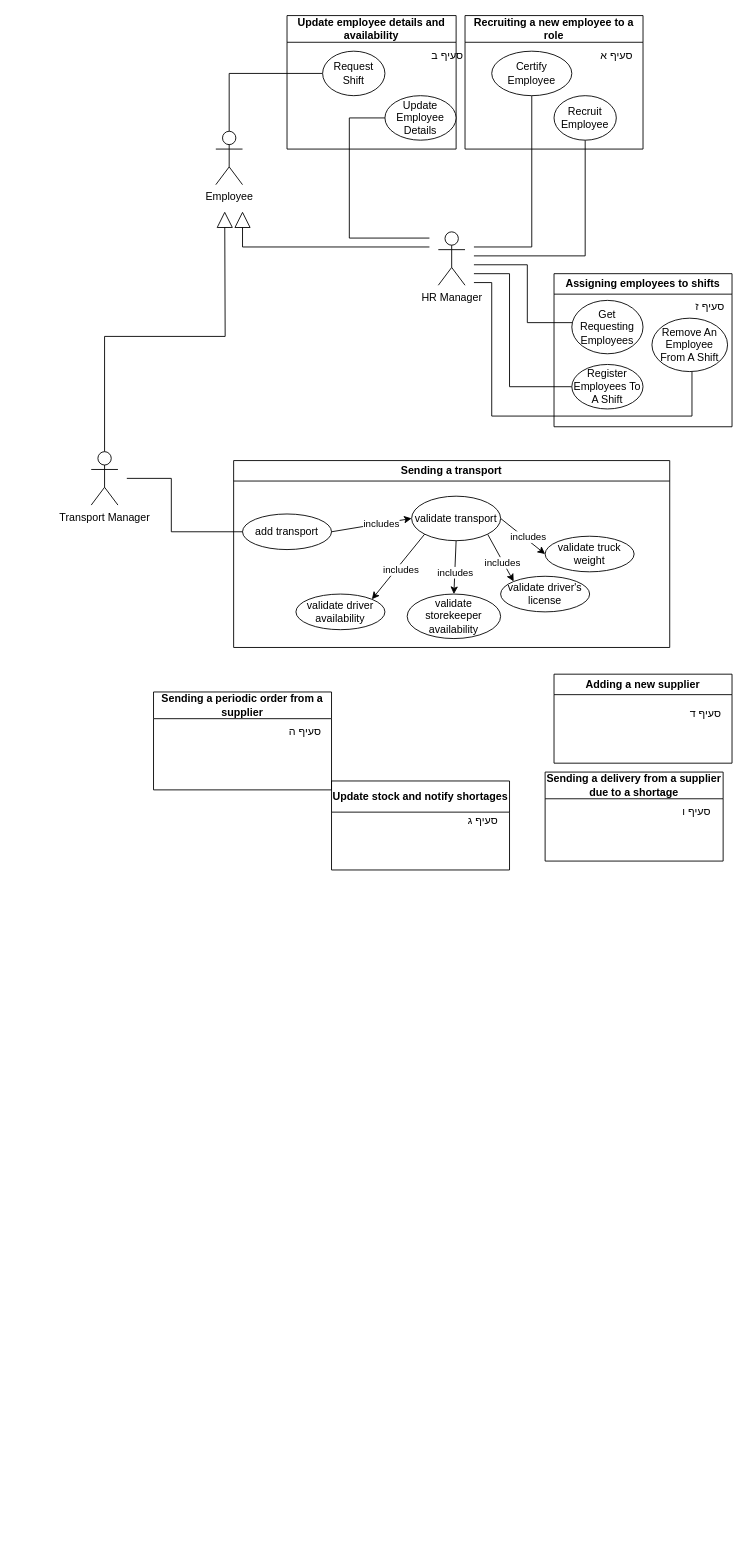
This is docs/UseCases.drawio from ADSS-GROUP-M/ADSS_GROUP_M, a draw.io file, before an edit. Source tidied: cells renumbered, new cells numbered last; positions are measured from the earlier drawing's top-left corner, leaving out a move shared by most shapes. Both pictures are drawn from the tidied source at 89%, with x=0, y=0 at pixel (91, 15).
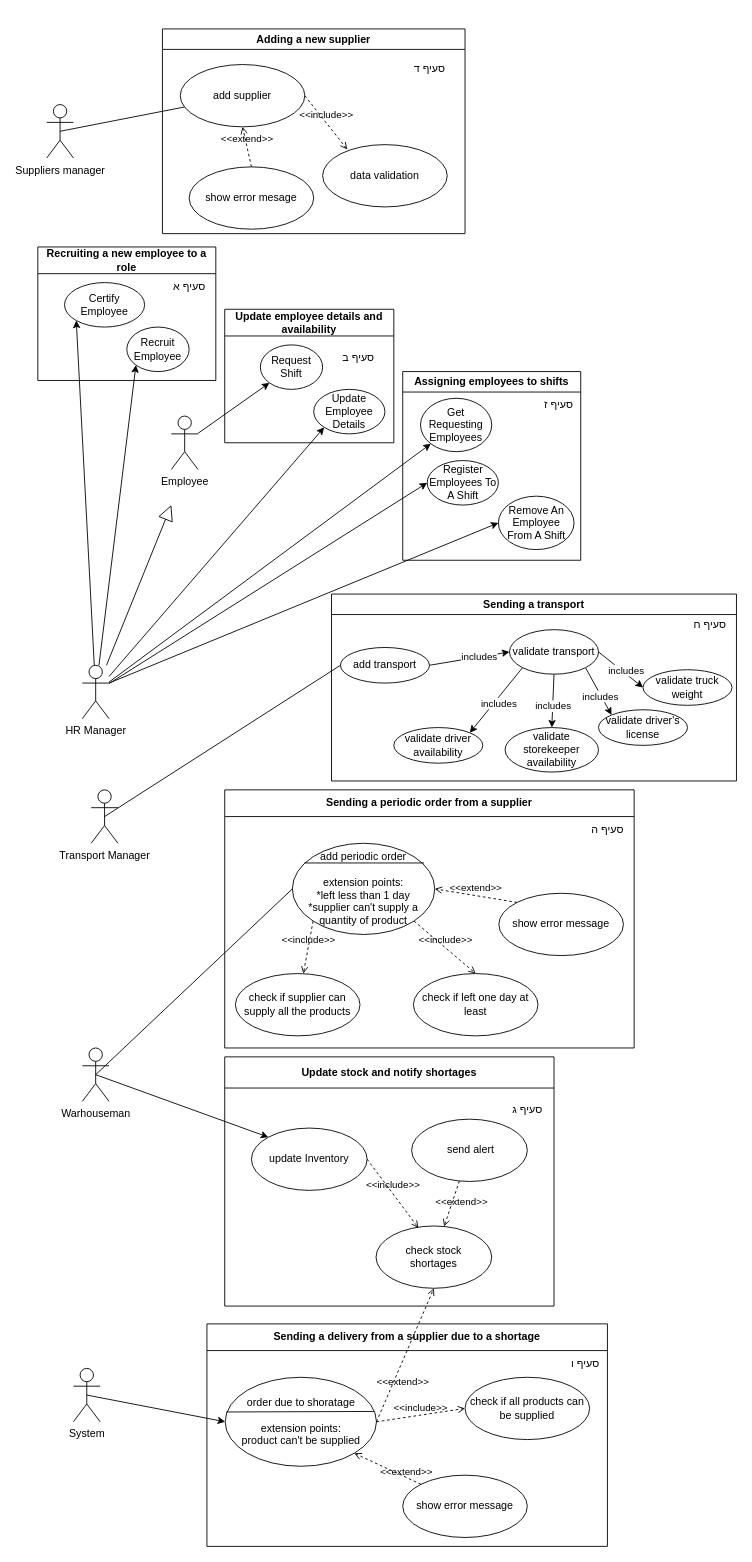
After the change.

Commit message (it also covers changes not shown here):
updated the use case for all the modules

The change refers to these unchanged cells:
```xml
<mxCell id="13" value="Recruit Employee" style="ellipse;whiteSpace=wrap;html=1;" parent="11" vertex="1">
  <mxGeometry x="100" y="90" width="70" height="50" as="geometry" />
</mxCell>
<mxCell id="14" value="Certify Employee" style="ellipse;whiteSpace=wrap;html=1;" parent="11" vertex="1">
  <mxGeometry x="30" y="40" width="90" height="50" as="geometry" />
</mxCell>
<mxCell id="18" value="Request Shift" style="ellipse;whiteSpace=wrap;html=1;" parent="16" vertex="1">
  <mxGeometry x="40" y="40" width="70" height="50" as="geometry" />
</mxCell>
<mxCell id="30" value="Get Requesting Employees" style="ellipse;whiteSpace=wrap;html=1;" parent="28" vertex="1">
  <mxGeometry x="20" y="30" width="80" height="60" as="geometry" />
</mxCell>
<mxCell id="41" value="add transport" style="ellipse;whiteSpace=wrap;html=1;align=center;" parent="33" vertex="1">
  <mxGeometry x="10" y="60" width="100" height="40" as="geometry" />
</mxCell>
```

The edit, as a diff of the source:
```diff
@@
-    <mxCell id="2" style="edgeStyle=orthogonalEdgeStyle;rounded=0;jettySize=auto;html=1;endArrow=none;endFill=0;" parent="1" edge="1" source="3" target="18">
-      <mxGeometry relative="1" as="geometry">
-        <Array as="points">
-          <mxPoint x="155" y="65" />
-        </Array>
-      </mxGeometry>
+    <mxCell id="2" style="rounded=0;jettySize=auto;html=1;entryX=0;entryY=1;entryDx=0;entryDy=0;" parent="1" edge="1" source="3" target="18">
+      <mxGeometry relative="1" as="geometry" />
     </mxCell>
     <mxCell id="3" value="Employee" style="shape=umlActor;verticalLabelPosition=bottom;verticalAlign=top;html=1;outlineConnect=0;" parent="1" vertex="1">
-      <mxGeometry x="140" y="130" width="30" height="60" as="geometry" />
+      <mxGeometry x="90" y="450" width="30" height="60" as="geometry" />
     </mxCell>
-    <mxCell id="4" style="rounded=0;jettySize=auto;html=1;edgeStyle=orthogonalEdgeStyle;endArrow=none;endFill=0;" parent="1" edge="1" target="14">
-      <mxGeometry relative="1" as="geometry">
-        <mxPoint x="430" y="260" as="sourcePoint" />
-        <Array as="points">
-          <mxPoint x="495" y="260" />
-        </Array>
-      </mxGeometry>
-    </mxCell>
-    <mxCell id="5" style="edgeStyle=orthogonalEdgeStyle;rounded=0;jettySize=auto;html=1;entryX=0;entryY=0.5;entryDx=0;entryDy=0;endArrow=none;endFill=0;" parent="1" edge="1" target="17">
-      <mxGeometry relative="1" as="geometry">
-        <mxPoint x="380" y="250" as="sourcePoint" />
-        <Array as="points">
-          <mxPoint x="290" y="250" />
-          <mxPoint x="290" y="115" />
-        </Array>
-      </mxGeometry>
-    </mxCell>
-    <mxCell id="6" style="rounded=0;jettySize=auto;html=1;edgeStyle=orthogonalEdgeStyle;endArrow=none;endFill=0;" parent="1" edge="1" target="13">
-      <mxGeometry relative="1" as="geometry">
-        <mxPoint x="430" y="270" as="sourcePoint" />
-        <Array as="points">
-          <mxPoint x="430" y="270" />
-          <mxPoint x="555" y="270" />
-        </Array>
-      </mxGeometry>
-    </mxCell>
-    <mxCell id="7" style="edgeStyle=orthogonalEdgeStyle;rounded=0;jettySize=auto;html=1;endArrow=none;endFill=0;" parent="1" edge="1" target="32">
-      <mxGeometry relative="1" as="geometry">
-        <mxPoint x="430" y="300" as="sourcePoint" />
-        <Array as="points">
-          <mxPoint x="450" y="300" />
-          <mxPoint x="450" y="450" />
-          <mxPoint x="675" y="450" />
-        </Array>
-      </mxGeometry>
-    </mxCell>
-    <mxCell id="8" style="edgeStyle=orthogonalEdgeStyle;rounded=0;jettySize=auto;html=1;entryX=0;entryY=0.5;entryDx=0;entryDy=0;endArrow=none;endFill=0;" parent="1" edge="1" target="31">
-      <mxGeometry relative="1" as="geometry">
-        <mxPoint x="430" y="290" as="sourcePoint" />
-        <Array as="points">
-          <mxPoint x="430" y="290" />
-          <mxPoint x="470" y="290" />
-          <mxPoint x="470" y="417" />
-        </Array>
-      </mxGeometry>
-    </mxCell>
-    <mxCell id="9" style="edgeStyle=orthogonalEdgeStyle;rounded=0;jettySize=auto;html=1;endArrow=none;endFill=0;" parent="1" edge="1" target="30">
-      <mxGeometry relative="1" as="geometry">
-        <mxPoint x="430" y="280" as="sourcePoint" />
-        <Array as="points">
-          <mxPoint x="430" y="280" />
-          <mxPoint x="490" y="280" />
-          <mxPoint x="490" y="345" />
-        </Array>
-      </mxGeometry>
-    </mxCell>
+    <mxCell id="53" style="rounded=0;jettySize=auto;html=1;" parent="1" edge="1" source="10" target="30">
+      <mxGeometry relative="1" as="geometry" />
+    </mxCell>
+    <mxCell id="54" style="rounded=0;jettySize=auto;html=1;entryX=0;entryY=0.5;entryDx=0;entryDy=0;" parent="1" edge="1" source="10" target="31">
+      <mxGeometry relative="1" as="geometry" />
+    </mxCell>
+    <mxCell id="55" style="rounded=0;jettySize=auto;html=1;exitX=1;exitY=0.3333333333333333;exitDx=0;exitDy=0;exitPerimeter=0;entryX=0;entryY=0.5;entryDx=0;entryDy=0;" parent="1" edge="1" source="10" target="32">
+      <mxGeometry relative="1" as="geometry" />
+    </mxCell>
+    <mxCell id="56" style="rounded=0;jettySize=auto;html=1;entryX=0;entryY=1;entryDx=0;entryDy=0;" parent="1" edge="1" source="10" target="17">
+      <mxGeometry relative="1" as="geometry" />
+    </mxCell>
+    <mxCell id="57" style="rounded=0;jettySize=auto;html=1;endArrow=block;endFill=0;endSize=15;" parent="1" edge="1" source="10">
+      <mxGeometry relative="1" as="geometry">
+        <mxPoint x="90" y="550" as="targetPoint" />
+      </mxGeometry>
+    </mxCell>
+    <mxCell id="58" style="rounded=0;jettySize=auto;html=1;entryX=0;entryY=1;entryDx=0;entryDy=0;" parent="1" edge="1" source="10" target="13">
+      <mxGeometry relative="1" as="geometry" />
+    </mxCell>
+    <mxCell id="59" style="rounded=0;jettySize=auto;html=1;entryX=0;entryY=1;entryDx=0;entryDy=0;" parent="1" edge="1" source="10" target="14">
+      <mxGeometry relative="1" as="geometry" />
+    </mxCell>
     <mxCell id="10" value="HR Manager" style="shape=umlActor;verticalLabelPosition=bottom;verticalAlign=top;html=1;outlineConnect=0;" parent="1" vertex="1">
-      <mxGeometry x="390" y="243" width="30" height="60" as="geometry" />
+      <mxGeometry x="-10" y="730" width="30" height="60" as="geometry" />
     </mxCell>
     <mxCell id="11" value="Recruiting a new employee to a role" style="swimlane;whiteSpace=wrap;html=1;startSize=30;" parent="1" vertex="1">
-      <mxGeometry x="420" width="200" height="150" as="geometry" />
+      <mxGeometry x="-60" y="260" width="200" height="150" as="geometry" />
     </mxCell>
@@
-    <mxCell id="15" style="endArrow=block;endSize=16;endFill=0;html=1;rounded=0;edgeStyle=elbowEdgeStyle;" parent="1" edge="1">
-      <mxGeometry relative="1" as="geometry">
-        <mxPoint x="380" y="260" as="sourcePoint" />
-        <mxPoint x="170" y="220" as="targetPoint" />
-        <Array as="points">
-          <mxPoint x="170" y="250" />
-        </Array>
-      </mxGeometry>
-    </mxCell>
     <mxCell id="16" value="Update employee details and availability" style="swimlane;whiteSpace=wrap;html=1;startSize=30;" parent="1" vertex="1">
-      <mxGeometry x="220" width="190" height="150" as="geometry" />
+      <mxGeometry x="150" y="330" width="190" height="150" as="geometry" />
     </mxCell>
     <mxCell id="17" value="Update Employee Details" style="ellipse;whiteSpace=wrap;html=1;" parent="16" vertex="1">
-      <mxGeometry x="110" y="90" width="80" height="50" as="geometry" />
+      <mxGeometry x="100" y="90" width="80" height="50" as="geometry" />
     </mxCell>
@@
     <mxCell id="19" value="סעיף ב" style="text;html=1;align=center;verticalAlign=middle;strokeColor=none;fillColor=none;" parent="16" vertex="1">
-      <mxGeometry x="150" y="30" width="60" height="30" as="geometry" />
+      <mxGeometry x="120" y="40" width="60" height="30" as="geometry" />
     </mxCell>
-    <mxCell id="20" value="Update stock and notify shortages" style="swimlane;whiteSpace=wrap;html=1;startSize=35;" parent="1" vertex="1">
-      <mxGeometry x="270" y="860" width="200" height="100" as="geometry" />
-    </mxCell>
-    <mxCell id="21" value="סעיף ג" style="text;html=1;align=center;verticalAlign=middle;strokeColor=none;fillColor=none;" parent="20" vertex="1">
-      <mxGeometry x="145" y="30" width="50" height="30" as="geometry" />
-    </mxCell>
     <mxCell id="22" value="Adding a new supplier" style="swimlane;whiteSpace=wrap;html=1;" parent="1" vertex="1">
-      <mxGeometry x="520" y="740" width="200" height="100" as="geometry" />
+      <mxGeometry x="80" y="15" width="340" height="230" as="geometry" />
     </mxCell>
-    <mxCell id="23" value="סעיף ד" style="text;html=1;align=center;verticalAlign=middle;strokeColor=none;fillColor=none;" parent="22" vertex="1">
-      <mxGeometry x="140" y="30" width="60" height="30" as="geometry" />
-    </mxCell>
+    <mxCell id="60" value="add supplier" style="ellipse;whiteSpace=wrap;html=1;" parent="22" vertex="1">
+      <mxGeometry x="20" y="40" width="140" height="70" as="geometry" />
+    </mxCell>
+    <mxCell id="61" value="data validation" style="ellipse;whiteSpace=wrap;html=1;" parent="22" vertex="1">
+      <mxGeometry x="180" y="130" width="140" height="70" as="geometry" />
+    </mxCell>
+    <mxCell id="62" value="&amp;lt;&amp;lt;include&amp;gt;&amp;gt;" style="html=1;verticalAlign=bottom;labelBackgroundColor=none;endArrow=open;endFill=0;dashed=1;rounded=0;exitX=1;exitY=0.5;exitDx=0;exitDy=0;entryX=0.198;entryY=0.078;entryDx=0;entryDy=0;entryPerimeter=0;" parent="22" edge="1" source="60" target="61">
+      <mxGeometry relative="1" as="geometry" />
+    </mxCell>
+    <mxCell id="63" value="show error mesage" style="ellipse;whiteSpace=wrap;html=1;" parent="22" vertex="1">
+      <mxGeometry x="30" y="155" width="140" height="70" as="geometry" />
+    </mxCell>
+    <mxCell id="64" value="&amp;lt;&amp;lt;extend&amp;gt;&amp;gt;" style="html=1;verticalAlign=bottom;labelBackgroundColor=none;endArrow=open;endFill=0;dashed=1;rounded=0;entryX=0.5;entryY=1;entryDx=0;entryDy=0;exitX=0.5;exitY=0;exitDx=0;exitDy=0;" parent="22" edge="1" source="63" target="60">
+      <mxGeometry relative="1" as="geometry" />
+    </mxCell>
     <mxCell id="24" value="Sending a periodic order from a supplier" style="swimlane;whiteSpace=wrap;html=1;startSize=30;" parent="1" vertex="1">
-      <mxGeometry x="70" y="760" width="200" height="110" as="geometry" />
+      <mxGeometry x="150" y="870" width="460" height="290" as="geometry" />
     </mxCell>
+    <mxCell id="65" value="&amp;lt;&amp;lt;include&amp;gt;&amp;gt;" style="html=1;verticalAlign=bottom;labelBackgroundColor=none;endArrow=open;endFill=0;dashed=1;rounded=0;exitX=1;exitY=1;exitDx=0;exitDy=0;entryX=0.5;entryY=0;entryDx=0;entryDy=0;" parent="24" edge="1" source="70" target="66">
+      <mxGeometry relative="1" as="geometry" />
+    </mxCell>
+    <mxCell id="66" value="check if left one day at least" style="ellipse;whiteSpace=wrap;html=1;" parent="24" vertex="1">
+      <mxGeometry x="212" y="206.4" width="140" height="70" as="geometry" />
+    </mxCell>
+    <mxCell id="67" value="&amp;lt;&amp;lt;include&amp;gt;&amp;gt;" style="html=1;verticalAlign=bottom;labelBackgroundColor=none;endArrow=open;endFill=0;dashed=1;rounded=0;exitX=0;exitY=1;exitDx=0;exitDy=0;" parent="24" edge="1" source="70" target="68">
+      <mxGeometry relative="1" as="geometry" />
+    </mxCell>
+    <mxCell id="68" value="check if supplier can supply all the products" style="ellipse;whiteSpace=wrap;html=1;" parent="24" vertex="1">
+      <mxGeometry x="12" y="206.4" width="140" height="70" as="geometry" />
+    </mxCell>
+    <mxCell id="69" value="show error message" style="ellipse;whiteSpace=wrap;html=1;" parent="24" vertex="1">
+      <mxGeometry x="308" y="116.2" width="140" height="70" as="geometry" />
+    </mxCell>
+    <mxCell id="70" value="add&amp;nbsp;periodic order&lt;br&gt;&lt;br&gt;extension points:&lt;br&gt;*left less than 1 day&lt;br&gt;*supplier can't supply a quantity of product" style="ellipse;whiteSpace=wrap;html=1;" parent="24" vertex="1">
+      <mxGeometry x="76" y="60" width="160" height="102.5" as="geometry" />
+    </mxCell>
+    <mxCell id="71" style="endArrow=none;html=1;rounded=0;exitX=0.084;exitY=0.216;exitDx=0;exitDy=0;exitPerimeter=0;entryX=0.924;entryY=0.216;entryDx=0;entryDy=0;entryPerimeter=0;" parent="24" edge="1" source="70" target="70">
+      <mxGeometry relative="1" as="geometry" />
+    </mxCell>
+    <mxCell id="72" value="&amp;lt;&amp;lt;extend&amp;gt;&amp;gt;" style="html=1;verticalAlign=bottom;labelBackgroundColor=none;endArrow=open;endFill=0;dashed=1;rounded=0;exitX=0;exitY=0;exitDx=0;exitDy=0;entryX=1;entryY=0.5;entryDx=0;entryDy=0;" parent="24" edge="1" source="69" target="70">
+      <mxGeometry relative="1" as="geometry" />
+    </mxCell>
     <mxCell id="25" value="סעיף ה" style="text;html=1;align=center;verticalAlign=middle;strokeColor=none;fillColor=none;" parent="24" vertex="1">
-      <mxGeometry x="140" y="30" width="60" height="30" as="geometry" />
+      <mxGeometry x="400" y="30" width="60" height="30" as="geometry" />
     </mxCell>
     <mxCell id="26" value="Sending a delivery from a supplier due to a shortage" style="swimlane;whiteSpace=wrap;html=1;startSize=30;" parent="1" vertex="1">
-      <mxGeometry x="510" y="850" width="200" height="100" as="geometry" />
+      <mxGeometry x="130" y="1470" width="450" height="250" as="geometry" />
     </mxCell>
+    <mxCell id="73" value="order due to shoratage&lt;br&gt;&lt;br&gt;extension points:&lt;br&gt;product can't be supplied" style="ellipse;whiteSpace=wrap;html=1;" parent="26" vertex="1">
+      <mxGeometry x="20.5" y="60" width="170" height="100" as="geometry" />
+    </mxCell>
+    <mxCell id="74" style="endArrow=none;html=1;rounded=0;entryX=0.983;entryY=0.384;entryDx=0;entryDy=0;entryPerimeter=0;exitX=0.009;exitY=0.39;exitDx=0;exitDy=0;exitPerimeter=0;" parent="26" edge="1" source="73" target="73">
+      <mxGeometry relative="1" as="geometry" />
+    </mxCell>
+    <mxCell id="75" value="show error message" style="ellipse;whiteSpace=wrap;html=1;" parent="26" vertex="1">
+      <mxGeometry x="220" y="170" width="140" height="70" as="geometry" />
+    </mxCell>
+    <mxCell id="76" value="&amp;lt;&amp;lt;extend&amp;gt;&amp;gt;" style="html=1;verticalAlign=bottom;labelBackgroundColor=none;endArrow=open;endFill=0;dashed=1;rounded=0;exitX=0;exitY=0;exitDx=0;exitDy=0;entryX=1;entryY=1;entryDx=0;entryDy=0;" parent="26" edge="1" source="75" target="73">
+      <mxGeometry x="-0.58" y="2" relative="1" as="geometry" />
+    </mxCell>
+    <mxCell id="77" value="check if all products can be supplied" style="ellipse;whiteSpace=wrap;html=1;" parent="26" vertex="1">
+      <mxGeometry x="290" y="60" width="140" height="70" as="geometry" />
+    </mxCell>
+    <mxCell id="78" value="&amp;lt;&amp;lt;include&amp;gt;&amp;gt;" style="html=1;verticalAlign=bottom;labelBackgroundColor=none;endArrow=open;endFill=0;dashed=1;rounded=0;exitX=1;exitY=0.5;exitDx=0;exitDy=0;entryX=0;entryY=0.5;entryDx=0;entryDy=0;" parent="26" edge="1" source="73" target="77">
+      <mxGeometry relative="1" as="geometry" />
+    </mxCell>
     <mxCell id="27" value="סעיף ו" style="text;html=1;align=center;verticalAlign=middle;strokeColor=none;fillColor=none;" parent="26" vertex="1">
-      <mxGeometry x="145" y="30" width="50" height="30" as="geometry" />
+      <mxGeometry x="400" y="30" width="50" height="30" as="geometry" />
     </mxCell>
     <mxCell id="28" value="Assigning employees to shifts" style="swimlane;whiteSpace=wrap;html=1;" parent="1" vertex="1">
-      <mxGeometry x="520" y="290" width="200" height="172" as="geometry" />
+      <mxGeometry x="350" y="400" width="200" height="212" as="geometry" />
     </mxCell>
@@
     <mxCell id="31" value="Register Employees To A Shift" style="ellipse;whiteSpace=wrap;html=1;" parent="28" vertex="1">
-      <mxGeometry x="20" y="102" width="80" height="50" as="geometry" />
+      <mxGeometry x="27.5" y="100" width="80" height="50" as="geometry" />
     </mxCell>
     <mxCell id="32" value="Remove An Employee From A Shift" style="ellipse;whiteSpace=wrap;html=1;" parent="28" vertex="1">
-      <mxGeometry x="110" y="50" width="85" height="60" as="geometry" />
+      <mxGeometry x="107.5" y="140" width="85" height="60" as="geometry" />
     </mxCell>
+    <mxCell id="50" style="rounded=0;jettySize=auto;html=1;entryX=0;entryY=0.5;entryDx=0;entryDy=0;endArrow=none;endFill=0;exitX=0.5;exitY=0.5;exitDx=0;exitDy=0;exitPerimeter=0;" parent="1" edge="1" source="52" target="41">
+      <mxGeometry relative="1" as="geometry" />
+    </mxCell>
+    <mxCell id="52" value="Transport Manager" style="shape=umlActor;verticalLabelPosition=bottom;verticalAlign=top;html=1;outlineConnect=0;" parent="1" vertex="1">
+      <mxGeometry y="870" width="30" height="60" as="geometry" />
+    </mxCell>
+    <mxCell id="79" style="rounded=0;jettySize=auto;html=1;exitX=0.5;exitY=0.5;exitDx=0;exitDy=0;exitPerimeter=0;entryX=0;entryY=0;entryDx=0;entryDy=0;" parent="1" edge="1" source="80" target="86">
+      <mxGeometry relative="1" as="geometry" />
+    </mxCell>
+    <mxCell id="80" value="Warhouseman" style="shape=umlActor;verticalLabelPosition=bottom;verticalAlign=top;html=1;" parent="1" vertex="1">
+      <mxGeometry x="-10" y="1160" width="30" height="60" as="geometry" />
+    </mxCell>
+    <mxCell id="81" style="endArrow=none;html=1;rounded=0;exitX=0.5;exitY=0.5;exitDx=0;exitDy=0;exitPerimeter=0;entryX=0;entryY=0.5;entryDx=0;entryDy=0;" parent="1" edge="1" source="80" target="70">
+      <mxGeometry relative="1" as="geometry" />
+    </mxCell>
+    <mxCell id="82" value="&amp;lt;&amp;lt;extend&amp;gt;&amp;gt;" style="html=1;verticalAlign=bottom;labelBackgroundColor=none;endArrow=open;endFill=0;dashed=1;rounded=0;entryX=0.5;entryY=1;entryDx=0;entryDy=0;exitX=1;exitY=0.5;exitDx=0;exitDy=0;" parent="1" edge="1" source="73" target="87">
+      <mxGeometry x="-0.45" y="-13" relative="1" as="geometry" />
+    </mxCell>
+    <mxCell id="83" value="Suppliers manager" style="shape=umlActor;verticalLabelPosition=bottom;verticalAlign=top;html=1;" parent="1" vertex="1">
+      <mxGeometry x="-50" y="100" width="30" height="60" as="geometry" />
+    </mxCell>
+    <mxCell id="84" style="endArrow=none;html=1;rounded=0;exitX=0.5;exitY=0.5;exitDx=0;exitDy=0;exitPerimeter=0;" parent="1" edge="1" source="83" target="60">
+      <mxGeometry relative="1" as="geometry" />
+    </mxCell>
+    <mxCell id="20" value="Update stock and notify shortages" style="swimlane;whiteSpace=wrap;html=1;startSize=35;" parent="1" vertex="1">
+      <mxGeometry x="150" y="1170" width="370" height="280" as="geometry" />
+    </mxCell>
+    <mxCell id="85" value="&amp;nbsp;send alert" style="ellipse;whiteSpace=wrap;html=1;" parent="20" vertex="1">
+      <mxGeometry x="210" y="70" width="130" height="70" as="geometry" />
+    </mxCell>
+    <mxCell id="86" value="update Inventory" style="ellipse;whiteSpace=wrap;html=1;" parent="20" vertex="1">
+      <mxGeometry x="30" y="80" width="130" height="70" as="geometry" />
+    </mxCell>
+    <mxCell id="87" value="check stock&lt;br&gt;&amp;nbsp;shortages&amp;nbsp;" style="ellipse;whiteSpace=wrap;html=1;" parent="20" vertex="1">
+      <mxGeometry x="170" y="190" width="130" height="70" as="geometry" />
+    </mxCell>
+    <mxCell id="88" value="&amp;lt;&amp;lt;include&amp;gt;&amp;gt;" style="html=1;verticalAlign=bottom;labelBackgroundColor=none;endArrow=open;endFill=0;dashed=1;rounded=0;exitX=1;exitY=0.5;exitDx=0;exitDy=0;entryX=0.367;entryY=0.033;entryDx=0;entryDy=0;entryPerimeter=0;" parent="20" edge="1" source="86" target="87">
+      <mxGeometry relative="1" as="geometry" />
+    </mxCell>
+    <mxCell id="89" value="&amp;lt;&amp;lt;extend&amp;gt;&amp;gt;" style="html=1;verticalAlign=bottom;labelBackgroundColor=none;endArrow=open;endFill=0;dashed=1;rounded=0;" parent="20" edge="1" source="85" target="87">
+      <mxGeometry x="0.1" y="13" relative="1" as="geometry" />
+    </mxCell>
     <mxCell id="33" value="Sending a transport" style="swimlane;whiteSpace=wrap;html=1;" parent="1" vertex="1">
-      <mxGeometry x="160" y="500" width="490" height="210" as="geometry" />
+      <mxGeometry x="270" y="650" width="455" height="210" as="geometry" />
     </mxCell>
@@
-    <mxCell id="50" style="edgeStyle=orthogonalEdgeStyle;rounded=0;jettySize=auto;html=1;entryX=0;entryY=0.5;entryDx=0;entryDy=0;endArrow=none;endFill=0;" parent="1" edge="1" target="41">
-      <mxGeometry relative="1" as="geometry">
-        <mxPoint x="40" y="520" as="sourcePoint" />
-        <Array as="points">
-          <mxPoint x="90" y="520" />
-          <mxPoint x="90" y="580" />
-        </Array>
-      </mxGeometry>
-    </mxCell>
-    <mxCell id="51" style="edgeStyle=orthogonalEdgeStyle;rounded=0;jettySize=auto;html=1;exitX=0.5;exitY=0;exitDx=0;exitDy=0;exitPerimeter=0;endArrow=block;endFill=0;strokeWidth=1;endSize=16;" parent="1" edge="1" source="52">
-      <mxGeometry relative="1" as="geometry">
-        <mxPoint x="150" y="220" as="targetPoint" />
-      </mxGeometry>
-    </mxCell>
-    <mxCell id="52" value="Transport Manager" style="shape=umlActor;verticalLabelPosition=bottom;verticalAlign=top;html=1;outlineConnect=0;" parent="1" vertex="1">
-      <mxGeometry y="490" width="30" height="60" as="geometry" />
-    </mxCell>
+    <mxCell id="90" value="סעיף ח" style="text;html=1;align=center;verticalAlign=middle;strokeColor=none;fillColor=none;" parent="33" vertex="1">
+      <mxGeometry x="395" y="20" width="60" height="30" as="geometry" />
+    </mxCell>
+    <mxCell id="91" style="rounded=0;jettySize=auto;html=1;exitX=0.5;exitY=0.5;exitDx=0;exitDy=0;exitPerimeter=0;entryX=0;entryY=0.5;entryDx=0;entryDy=0;" parent="1" edge="1" source="92" target="73">
+      <mxGeometry relative="1" as="geometry" />
+    </mxCell>
+    <mxCell id="92" value="System&lt;br&gt;" style="shape=umlActor;verticalLabelPosition=bottom;verticalAlign=top;html=1;outlineConnect=0;" parent="1" vertex="1">
+      <mxGeometry x="-20" y="1520" width="30" height="60" as="geometry" />
+    </mxCell>
+    <mxCell id="23" value="סעיף ד" style="text;html=1;align=center;verticalAlign=middle;strokeColor=none;fillColor=none;" parent="1" vertex="1">
+      <mxGeometry x="350" y="45" width="60" height="30" as="geometry" />
+    </mxCell>
+    <mxCell id="21" value="סעיף ג" style="text;html=1;align=center;verticalAlign=middle;strokeColor=none;fillColor=none;" parent="1" vertex="1">
+      <mxGeometry x="465" y="1215" width="50" height="30" as="geometry" />
+    </mxCell>
```
